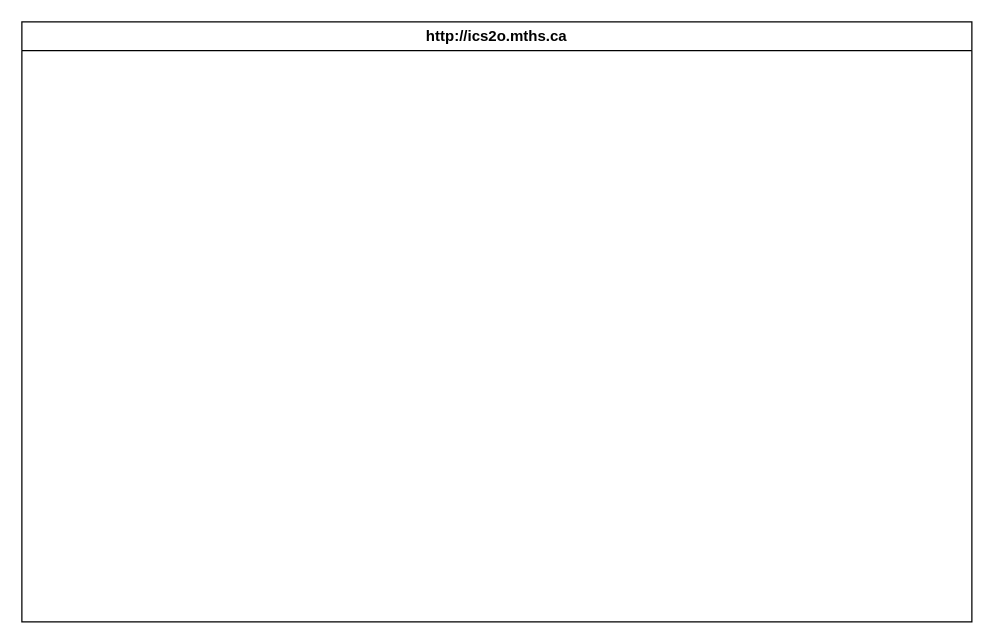
Before: design/storyboard.drawio in MTHS-ICS2O-2-2022/ics2o---unit-5-05-Osamah-Hasan, a draw.io diagram. Source tidied: cells renumbered, new cells numbered last; positions are measured from the earlier drawing's top-left corner, leaving out a move shared by most shapes. Both pictures are drawn from the tidied source at 125%, with x=0, y=0 at pixel (21, 21). Pictures stored in the file or linked from it are replaced by grey dashed boxes.
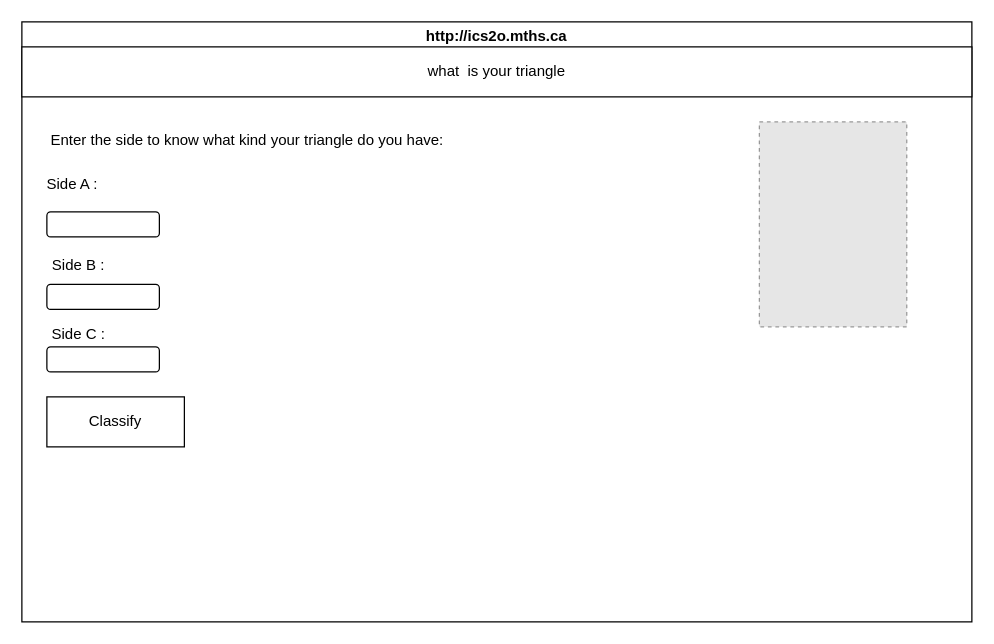
Above is the later version.

Diff of the diagram source:
```diff
@@
 <mxGraphModel>
   <root>
     <mxCell id="0" />
     <mxCell id="1" parent="0" />
     <mxCell id="2" value="http://ics2o.mths.ca" style="swimlane;whiteSpace=wrap;html=1;" parent="1" vertex="1">
       <mxGeometry width="760" height="480" as="geometry" />
     </mxCell>
+    <mxCell id="3" style="fillColor=#E6E6E6;strokeColor=#999999;dashed=1;verticalLabelPosition=bottom;labelBackgroundColor=default;verticalAlign=top;" parent="2" vertex="1">
+      <mxGeometry x="590" y="80" width="117.9" height="164" as="geometry" />
+    </mxCell>
+    <mxCell id="4" value="what&amp;nbsp; is your triangle" style="whiteSpace=wrap;html=1;" parent="2" vertex="1">
+      <mxGeometry y="20" width="760" height="40" as="geometry" />
+    </mxCell>
+    <mxCell id="5" value="Enter the side to know what kind your triangle do you have:" style="text;html=1;align=center;verticalAlign=middle;strokeColor=none;fillColor=none;" parent="2" vertex="1">
+      <mxGeometry x="10" y="80" width="340" height="30" as="geometry" />
+    </mxCell>
+    <mxCell id="6" value="Side B :" style="text;html=1;align=center;verticalAlign=middle;strokeColor=none;fillColor=none;" parent="2" vertex="1">
+      <mxGeometry x="10" y="180" width="70" height="30" as="geometry" />
+    </mxCell>
+    <mxCell id="7" value="Side C :" style="text;html=1;align=center;verticalAlign=middle;strokeColor=none;fillColor=none;" parent="2" vertex="1">
+      <mxGeometry x="10" y="235" width="70" height="30" as="geometry" />
+    </mxCell>
+    <mxCell id="8" style="rounded=1;whiteSpace=wrap;html=1;" parent="2" vertex="1">
+      <mxGeometry x="20" y="152" width="90" height="20" as="geometry" />
+    </mxCell>
+    <mxCell id="9" style="rounded=1;whiteSpace=wrap;html=1;" parent="2" vertex="1">
+      <mxGeometry x="20" y="210" width="90" height="20" as="geometry" />
+    </mxCell>
+    <mxCell id="10" style="rounded=1;whiteSpace=wrap;html=1;" parent="2" vertex="1">
+      <mxGeometry x="20" y="260" width="90" height="20" as="geometry" />
+    </mxCell>
+    <mxCell id="11" value="Side A :" style="text;html=1;align=center;verticalAlign=middle;strokeColor=none;fillColor=none;" parent="1" vertex="1">
+      <mxGeometry x="10" y="115" width="60" height="30" as="geometry" />
+    </mxCell>
+    <mxCell id="12" value="Classify" style="whiteSpace=wrap;html=1;" parent="1" vertex="1">
+      <mxGeometry x="20" y="300" width="110" height="40" as="geometry" />
+    </mxCell>
   </root>
 </mxGraphModel>
```
